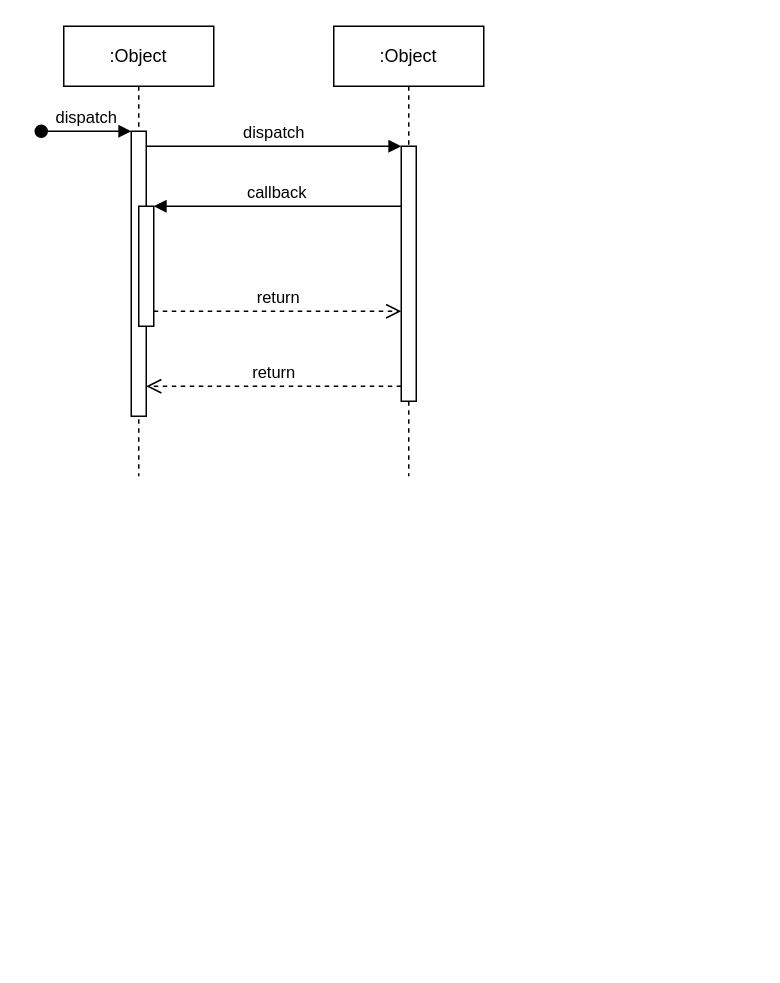
Earlier version of the draw.io diagram SequenceOfATM.drawio (asthanegi14/Software_Engineering). Source tidied: cells renumbered, new cells numbered last; positions are measured from the earlier drawing's top-left corner, leaving out a move shared by most shapes. Both pictures are drawn from the tidied source at 150%, with x=0, y=0 at pixel (40, 26).
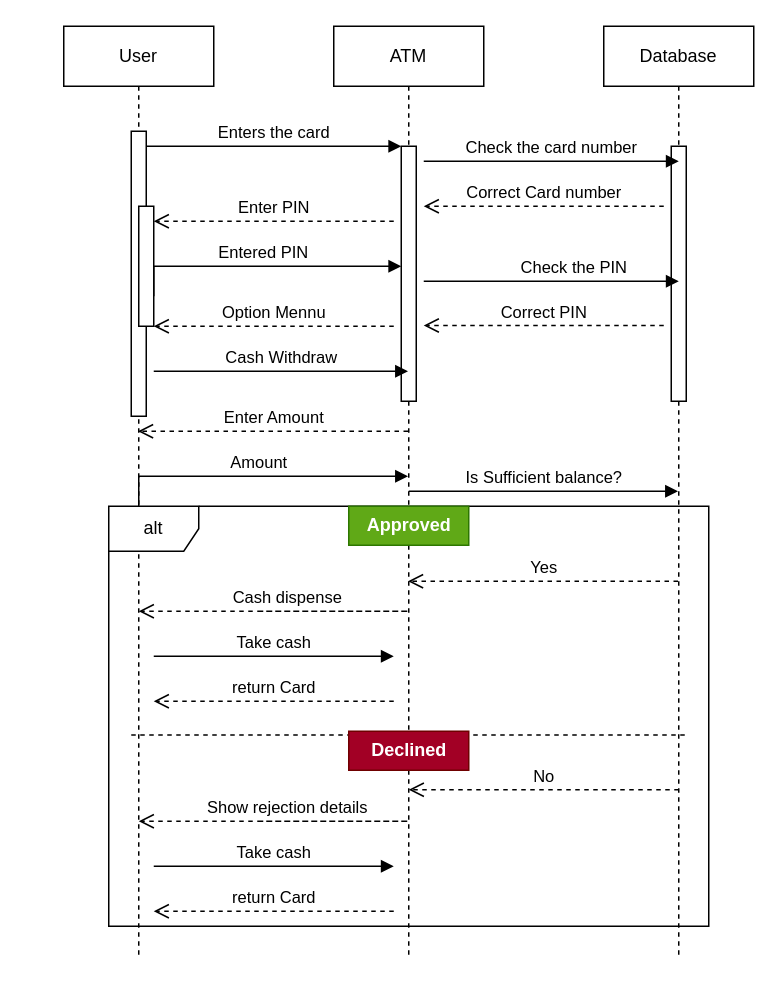
The same diagram, later.

Unchanged cells that the change refers to:
```xml
<mxCell id="3" style="html=1;points=[];perimeter=orthogonalPerimeter;outlineConnect=0;targetShapes=umlLifeline;portConstraint=eastwest;newEdgeStyle={&quot;edgeStyle&quot;:&quot;elbowEdgeStyle&quot;,&quot;elbow&quot;:&quot;vertical&quot;,&quot;curved&quot;:0,&quot;rounded&quot;:0};" parent="2" vertex="1">
  <mxGeometry x="45" y="70" width="10" height="190" as="geometry" />
</mxCell>
<mxCell id="5" style="html=1;points=[];perimeter=orthogonalPerimeter;outlineConnect=0;targetShapes=umlLifeline;portConstraint=eastwest;newEdgeStyle={&quot;edgeStyle&quot;:&quot;elbowEdgeStyle&quot;,&quot;elbow&quot;:&quot;vertical&quot;,&quot;curved&quot;:0,&quot;rounded&quot;:0};" parent="2" vertex="1">
  <mxGeometry x="50" y="120" width="10" height="80" as="geometry" />
</mxCell>
<mxCell id="7" style="html=1;points=[];perimeter=orthogonalPerimeter;outlineConnect=0;targetShapes=umlLifeline;portConstraint=eastwest;newEdgeStyle={&quot;edgeStyle&quot;:&quot;elbowEdgeStyle&quot;,&quot;elbow&quot;:&quot;vertical&quot;,&quot;curved&quot;:0,&quot;rounded&quot;:0};" parent="6" vertex="1">
  <mxGeometry x="45" y="80" width="10" height="170" as="geometry" />
</mxCell>
```

What changed in the source:
```diff
@@
-    <mxCell id="2" value=":Object" style="shape=umlLifeline;perimeter=lifelinePerimeter;whiteSpace=wrap;html=1;outlineConnect=0;portConstraint=eastwest;newEdgeStyle={&quot;edgeStyle&quot;:&quot;elbowEdgeStyle&quot;,&quot;elbow&quot;:&quot;vertical&quot;,&quot;curved&quot;:0,&quot;rounded&quot;:0};" parent="1" vertex="1">
-      <mxGeometry x="15" width="100" height="300" as="geometry" />
+    <mxCell id="2" value="User" style="shape=umlLifeline;perimeter=lifelinePerimeter;whiteSpace=wrap;html=1;outlineConnect=0;portConstraint=eastwest;newEdgeStyle={&quot;edgeStyle&quot;:&quot;elbowEdgeStyle&quot;,&quot;elbow&quot;:&quot;vertical&quot;,&quot;curved&quot;:0,&quot;rounded&quot;:0};" parent="1" vertex="1">
+      <mxGeometry x="15" width="100" height="620" as="geometry" />
     </mxCell>
@@
-    <mxCell id="4" value="dispatch" style="html=1;verticalAlign=bottom;startArrow=oval;endArrow=block;startSize=8;edgeStyle=elbowEdgeStyle;elbow=vertical;curved=0;rounded=0;" parent="2" edge="1" target="3">
-      <mxGeometry relative="1" as="geometry">
-        <mxPoint x="-15" y="70" as="sourcePoint" />
-      </mxGeometry>
-    </mxCell>
@@
-    <mxCell id="6" value=":Object" style="shape=umlLifeline;perimeter=lifelinePerimeter;whiteSpace=wrap;html=1;outlineConnect=0;portConstraint=eastwest;newEdgeStyle={&quot;edgeStyle&quot;:&quot;elbowEdgeStyle&quot;,&quot;elbow&quot;:&quot;vertical&quot;,&quot;curved&quot;:0,&quot;rounded&quot;:0};" parent="1" vertex="1">
-      <mxGeometry x="195" width="100" height="300" as="geometry" />
+    <mxCell id="6" value="ATM" style="shape=umlLifeline;perimeter=lifelinePerimeter;whiteSpace=wrap;html=1;outlineConnect=0;portConstraint=eastwest;newEdgeStyle={&quot;edgeStyle&quot;:&quot;elbowEdgeStyle&quot;,&quot;elbow&quot;:&quot;vertical&quot;,&quot;curved&quot;:0,&quot;rounded&quot;:0};" parent="1" vertex="1">
+      <mxGeometry x="195" width="100" height="620" as="geometry" />
     </mxCell>
@@
-    <mxCell id="8" value="dispatch" style="html=1;verticalAlign=bottom;endArrow=block;edgeStyle=elbowEdgeStyle;elbow=vertical;curved=0;rounded=0;" parent="1" edge="1" source="3" target="7">
+    <mxCell id="8" value="Enters the card" style="html=1;verticalAlign=bottom;endArrow=block;edgeStyle=elbowEdgeStyle;elbow=vertical;curved=0;rounded=0;" parent="1" edge="1" source="3" target="7">
       <mxGeometry relative="1" as="geometry">
         <Array as="points">
           <mxPoint x="155" y="80" />
         </Array>
       </mxGeometry>
     </mxCell>
-    <mxCell id="9" value="return" style="html=1;verticalAlign=bottom;endArrow=open;dashed=1;endSize=8;edgeStyle=elbowEdgeStyle;elbow=vertical;curved=0;rounded=0;" parent="1" edge="1" source="7" target="3">
-      <mxGeometry relative="1" as="geometry">
-        <Array as="points">
-          <mxPoint x="165" y="240" />
-        </Array>
-      </mxGeometry>
-    </mxCell>
-    <mxCell id="10" value="callback" style="html=1;verticalAlign=bottom;endArrow=block;edgeStyle=elbowEdgeStyle;elbow=vertical;curved=0;rounded=0;" parent="1" edge="1" source="7" target="5">
-      <mxGeometry relative="1" as="geometry">
-        <Array as="points">
-          <mxPoint x="165" y="120" />
-        </Array>
-      </mxGeometry>
-    </mxCell>
-    <mxCell id="11" value="return" style="html=1;verticalAlign=bottom;endArrow=open;dashed=1;endSize=8;edgeStyle=elbowEdgeStyle;elbow=vertical;curved=0;rounded=0;" parent="1" edge="1" source="5" target="7">
-      <mxGeometry relative="1" as="geometry">
-        <Array as="points">
-          <mxPoint x="155" y="190" />
-        </Array>
-      </mxGeometry>
-    </mxCell>
+    <mxCell id="12" value="Database" style="shape=umlLifeline;perimeter=lifelinePerimeter;whiteSpace=wrap;html=1;outlineConnect=0;portConstraint=eastwest;newEdgeStyle={&quot;edgeStyle&quot;:&quot;elbowEdgeStyle&quot;,&quot;elbow&quot;:&quot;vertical&quot;,&quot;curved&quot;:0,&quot;rounded&quot;:0};" parent="1" vertex="1">
+      <mxGeometry x="375" width="100" height="620" as="geometry" />
+    </mxCell>
+    <mxCell id="13" style="html=1;perimeter=orthogonalPerimeter;targetShapes=umlLifeline;newEdgeStyle={&quot;edgeStyle&quot;:&quot;elbowEdgeStyle&quot;,&quot;elbow&quot;:&quot;vertical&quot;,&quot;curved&quot;:0,&quot;rounded&quot;:0};" parent="12" vertex="1">
+      <mxGeometry x="45" y="80" width="10" height="170" as="geometry" />
+    </mxCell>
+    <mxCell id="14" value="Check the card number" style="html=1;verticalAlign=bottom;endArrow=block;edgeStyle=elbowEdgeStyle;elbow=vertical;curved=0;rounded=0;" parent="1" edge="1">
+      <mxGeometry relative="1" as="geometry">
+        <mxPoint x="255" y="90" as="sourcePoint" />
+        <mxPoint x="425" y="90" as="targetPoint" />
+        <Array as="points">
+          <mxPoint x="340" y="90" />
+        </Array>
+      </mxGeometry>
+    </mxCell>
+    <mxCell id="15" value="Entered PIN" style="html=1;verticalAlign=bottom;endArrow=block;edgeStyle=elbowEdgeStyle;elbow=vertical;curved=0;rounded=0;" parent="1" edge="1" target="7">
+      <mxGeometry relative="1" as="geometry">
+        <mxPoint x="75" y="180" as="sourcePoint" />
+        <Array as="points">
+          <mxPoint x="215" y="160" />
+          <mxPoint x="205" y="150" />
+          <mxPoint x="205" y="165" />
+          <mxPoint x="205" y="150" />
+          <mxPoint x="165" y="190" />
+        </Array>
+      </mxGeometry>
+    </mxCell>
+    <mxCell id="16" value="Check the PIN" style="html=1;verticalAlign=bottom;endArrow=block;edgeStyle=elbowEdgeStyle;elbow=vertical;curved=0;rounded=0;" parent="1" edge="1">
+      <mxGeometry x="0.18" relative="1" as="geometry">
+        <mxPoint x="255" y="170" as="sourcePoint" />
+        <mxPoint x="425" y="170" as="targetPoint" />
+      </mxGeometry>
+    </mxCell>
+    <mxCell id="17" value="Correct PIN" style="html=1;verticalAlign=bottom;endArrow=open;dashed=1;endSize=8;edgeStyle=elbowEdgeStyle;elbow=vertical;curved=0;rounded=0;" parent="1" edge="1">
+      <mxGeometry relative="1" as="geometry">
+        <mxPoint x="415" y="199.5" as="sourcePoint" />
+        <mxPoint x="255" y="199.5" as="targetPoint" />
+        <Array as="points">
+          <mxPoint x="305" y="199.5" />
+          <mxPoint x="335" y="199.5" />
+        </Array>
+      </mxGeometry>
+    </mxCell>
+    <mxCell id="18" value="Correct Card number" style="html=1;verticalAlign=bottom;endArrow=open;dashed=1;endSize=8;edgeStyle=elbowEdgeStyle;elbow=vertical;curved=0;rounded=0;" parent="1" edge="1">
+      <mxGeometry relative="1" as="geometry">
+        <mxPoint x="415" y="120" as="sourcePoint" />
+        <mxPoint x="255" y="120" as="targetPoint" />
+        <Array as="points">
+          <mxPoint x="315" y="120" />
+        </Array>
+      </mxGeometry>
+    </mxCell>
+    <mxCell id="19" value="Enter PIN" style="html=1;verticalAlign=bottom;endArrow=open;dashed=1;endSize=8;edgeStyle=elbowEdgeStyle;elbow=vertical;curved=0;rounded=0;" parent="1" edge="1">
+      <mxGeometry relative="1" as="geometry">
+        <mxPoint x="235" y="130" as="sourcePoint" />
+        <mxPoint x="75" y="130" as="targetPoint" />
+        <Array as="points">
+          <mxPoint x="125" y="130" />
+          <mxPoint x="195" y="120" />
+          <mxPoint x="195" y="120" />
+          <mxPoint x="205" y="110" />
+          <mxPoint x="215" y="110" />
+        </Array>
+      </mxGeometry>
+    </mxCell>
+    <mxCell id="20" value="Option Mennu" style="html=1;verticalAlign=bottom;endArrow=open;dashed=1;endSize=8;edgeStyle=elbowEdgeStyle;elbow=vertical;curved=0;rounded=0;" parent="1" edge="1">
+      <mxGeometry relative="1" as="geometry">
+        <mxPoint x="235" y="200" as="sourcePoint" />
+        <mxPoint x="75" y="200" as="targetPoint" />
+      </mxGeometry>
+    </mxCell>
+    <mxCell id="21" value="Cash Withdraw" style="html=1;verticalAlign=bottom;endArrow=block;edgeStyle=elbowEdgeStyle;elbow=vertical;curved=0;rounded=0;" parent="1" edge="1" target="6">
+      <mxGeometry relative="1" as="geometry">
+        <mxPoint x="75" y="230" as="sourcePoint" />
+      </mxGeometry>
+    </mxCell>
+    <mxCell id="22" value="Enter Amount" style="html=1;verticalAlign=bottom;endArrow=open;dashed=1;endSize=8;edgeStyle=elbowEdgeStyle;elbow=vertical;curved=0;rounded=0;" parent="1" edge="1" source="6" target="2">
+      <mxGeometry relative="1" as="geometry">
+        <Array as="points">
+          <mxPoint x="185" y="270" />
+          <mxPoint x="195" y="260" />
+        </Array>
+      </mxGeometry>
+    </mxCell>
+    <mxCell id="23" value="Amount" style="html=1;verticalAlign=bottom;endArrow=block;edgeStyle=elbowEdgeStyle;elbow=vertical;curved=0;rounded=0;" parent="1" edge="1" target="6">
+      <mxGeometry relative="1" as="geometry">
+        <mxPoint x="65" y="320" as="sourcePoint" />
+        <Array as="points">
+          <mxPoint x="195" y="300" />
+        </Array>
+      </mxGeometry>
+    </mxCell>
+    <mxCell id="24" value="Is Sufficient balance?" style="html=1;verticalAlign=bottom;endArrow=block;edgeStyle=elbowEdgeStyle;elbow=vertical;curved=0;rounded=0;" parent="1" edge="1" target="12">
+      <mxGeometry relative="1" as="geometry">
+        <mxPoint x="245" y="310" as="sourcePoint" />
+      </mxGeometry>
+    </mxCell>
+    <mxCell id="25" value="Yes" style="html=1;verticalAlign=bottom;endArrow=open;dashed=1;endSize=8;edgeStyle=elbowEdgeStyle;elbow=vertical;curved=0;rounded=0;" parent="1" edge="1" source="12" target="6">
+      <mxGeometry relative="1" as="geometry">
+        <Array as="points">
+          <mxPoint x="315" y="370" />
+          <mxPoint x="285" y="370" />
+          <mxPoint x="365" y="350" />
+          <mxPoint x="385" y="360" />
+          <mxPoint x="335" y="390" />
+          <mxPoint x="385" y="370" />
+          <mxPoint x="345" y="350" />
+        </Array>
+      </mxGeometry>
+    </mxCell>
+    <mxCell id="26" value="alt" style="shape=umlFrame;whiteSpace=wrap;html=1;" parent="1" vertex="1">
+      <mxGeometry x="45" y="320" width="400" height="280" as="geometry" />
+    </mxCell>
+    <mxCell id="27" value="Approved" style="text;align=center;fontStyle=1;verticalAlign=middle;spacingLeft=3;spacingRight=3;strokeColor=#2D7600;html=1;fillColor=#60a917;fontColor=#ffffff;" parent="1" vertex="1">
+      <mxGeometry x="205" y="320" width="80" height="26" as="geometry" />
+    </mxCell>
+    <mxCell id="28" value="Cash dispense" style="html=1;verticalAlign=bottom;endArrow=open;dashed=1;endSize=8;edgeStyle=elbowEdgeStyle;elbow=vertical;curved=0;rounded=0;" parent="1" edge="1">
+      <mxGeometry x="0.29" relative="1" as="geometry">
+        <mxPoint x="145" y="390" as="sourcePoint" />
+        <mxPoint x="65" y="390" as="targetPoint" />
+        <Array as="points">
+          <mxPoint x="245" y="390" />
+        </Array>
+      </mxGeometry>
+    </mxCell>
+    <mxCell id="29" value="Take cash" style="html=1;verticalAlign=bottom;endArrow=block;edgeStyle=elbowEdgeStyle;elbow=vertical;curved=0;rounded=0;" parent="1" edge="1">
+      <mxGeometry relative="1" as="geometry">
+        <mxPoint x="75" y="420" as="sourcePoint" />
+        <mxPoint x="235" y="420" as="targetPoint" />
+      </mxGeometry>
+    </mxCell>
+    <mxCell id="30" value="return Card" style="html=1;verticalAlign=bottom;endArrow=open;dashed=1;endSize=8;edgeStyle=elbowEdgeStyle;elbow=vertical;curved=0;rounded=0;" parent="1" edge="1">
+      <mxGeometry relative="1" as="geometry">
+        <mxPoint x="235" y="450" as="sourcePoint" />
+        <mxPoint x="75" y="450" as="targetPoint" />
+      </mxGeometry>
+    </mxCell>
+    <mxCell id="31" style="endArrow=none;dashed=1;html=1;rounded=0;" parent="1" edge="1">
+      <mxGeometry relative="1" as="geometry">
+        <mxPoint x="60" y="472.5" as="sourcePoint" />
+        <mxPoint x="430" y="472.5" as="targetPoint" />
+      </mxGeometry>
+    </mxCell>
+    <mxCell id="32" value="No" style="html=1;verticalAlign=bottom;endArrow=open;dashed=1;endSize=8;edgeStyle=elbowEdgeStyle;elbow=vertical;curved=0;rounded=0;" parent="1" edge="1">
+      <mxGeometry relative="1" as="geometry">
+        <mxPoint x="425" y="509" as="sourcePoint" />
+        <mxPoint x="245" y="509" as="targetPoint" />
+        <Array as="points">
+          <mxPoint x="365" y="509" />
+          <mxPoint x="385" y="519" />
+          <mxPoint x="335" y="549" />
+          <mxPoint x="385" y="529" />
+          <mxPoint x="345" y="509" />
+        </Array>
+      </mxGeometry>
+    </mxCell>
+    <mxCell id="33" value="Show rejection details" style="html=1;verticalAlign=bottom;endArrow=open;dashed=1;endSize=8;edgeStyle=elbowEdgeStyle;elbow=vertical;curved=0;rounded=0;" parent="1" edge="1">
+      <mxGeometry x="0.29" relative="1" as="geometry">
+        <mxPoint x="145" y="530" as="sourcePoint" />
+        <mxPoint x="65" y="530" as="targetPoint" />
+        <Array as="points">
+          <mxPoint x="245" y="530" />
+        </Array>
+      </mxGeometry>
+    </mxCell>
+    <mxCell id="34" value="Take cash" style="html=1;verticalAlign=bottom;endArrow=block;edgeStyle=elbowEdgeStyle;elbow=vertical;curved=0;rounded=0;" parent="1" edge="1">
+      <mxGeometry relative="1" as="geometry">
+        <mxPoint x="75" y="560" as="sourcePoint" />
+        <mxPoint x="235" y="560" as="targetPoint" />
+      </mxGeometry>
+    </mxCell>
+    <mxCell id="35" value="return Card" style="html=1;verticalAlign=bottom;endArrow=open;dashed=1;endSize=8;edgeStyle=elbowEdgeStyle;elbow=vertical;curved=0;rounded=0;" parent="1" edge="1">
+      <mxGeometry relative="1" as="geometry">
+        <mxPoint x="235" y="590" as="sourcePoint" />
+        <mxPoint x="75" y="590" as="targetPoint" />
+      </mxGeometry>
+    </mxCell>
+    <mxCell id="36" value="Declined" style="text;align=center;fontStyle=1;verticalAlign=middle;spacingLeft=3;spacingRight=3;strokeColor=#6F0000;html=1;fillColor=#a20025;fontColor=#ffffff;" parent="1" vertex="1">
+      <mxGeometry x="205" y="470" width="80" height="26" as="geometry" />
+    </mxCell>
```
